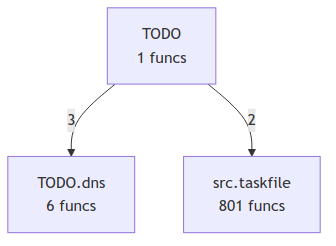
The Mermaid diagram project/compact_flow.png in pyfunc/taskfile, before a commit. Its source is kept beside it as project/compact_flow.mmd.
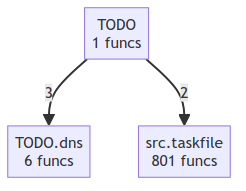
After the change.

What changed in the source:
```diff
@@ -1,6 +1,6 @@
 flowchart TD
     TODO["TODO<br/>1 funcs"]
-    TODO_dns["TODO.dns<br/>6 funcs"]
-    src_taskfile["src.taskfile<br/>801 funcs"]
-    TODO -->|3| TODO_dns
-    TODO -->|2| src_taskfile
+    TODO__dns["TODO.dns<br/>6 funcs"]
+    src__taskfile["src.taskfile<br/>801 funcs"]
+    TODO -->|3| TODO__dns
+    TODO -->|2| src__taskfile
```
